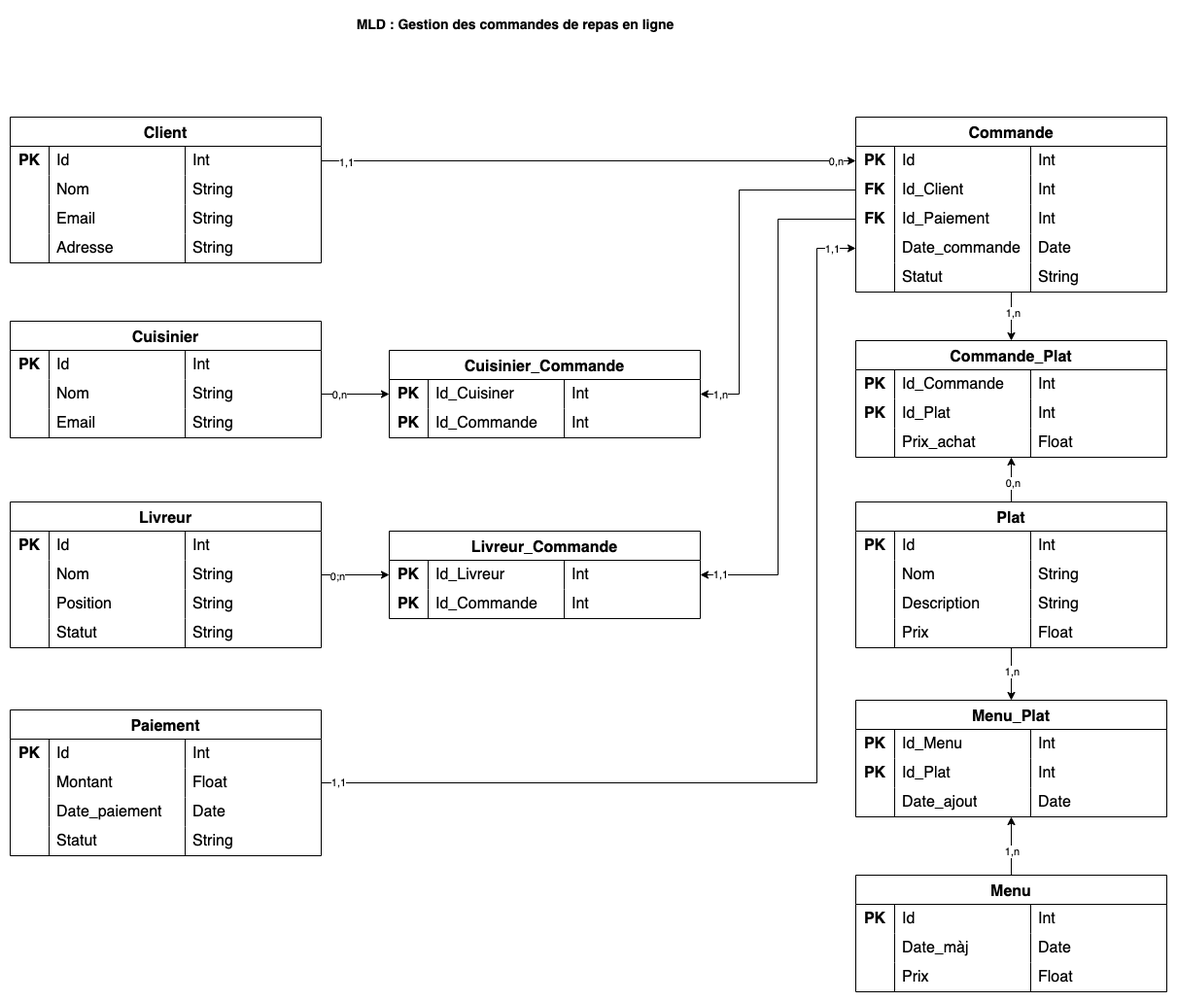
Earlier version of the draw.io export Semaine 2 - Merise - Agile/01 - Merise/images/03-example.png (nicolasvauchenet/cours_methodologie). Source tidied: cells renumbered, new cells last; positions are measured from the earlier drawing's top-left corner, leaving out a move shared by most shapes.
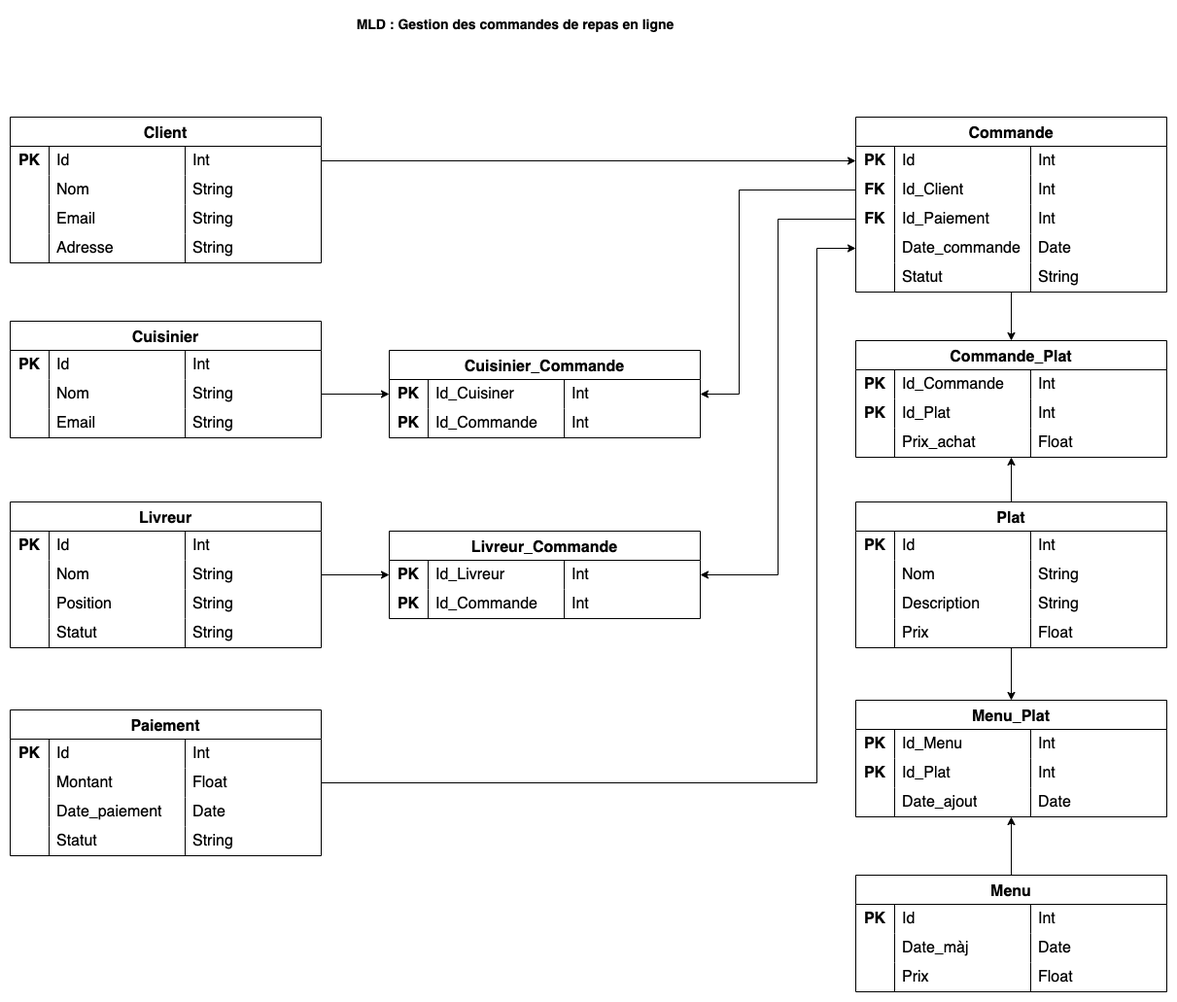
Later version of the same file.

Diff of the diagram source:
```diff
@@ -446,20 +446,9 @@
     <mxCell id="149" style="edgeStyle=orthogonalEdgeStyle;rounded=0;jettySize=auto;html=1;entryX=0;entryY=0.5;entryDx=0;entryDy=0;" parent="1" edge="1" source="4" target="21">
       <mxGeometry relative="1" as="geometry" />
     </mxCell>
-    <mxCell id="150" value="0,n" style="edgeLabel;html=1;align=center;verticalAlign=middle;" parent="149" vertex="1">
-      <mxGeometry x="0.83" relative="1" as="geometry">
-        <mxPoint x="26" as="offset" />
-      </mxGeometry>
-    </mxCell>
-    <mxCell id="151" value="1,1" style="edgeLabel;html=1;align=center;verticalAlign=middle;" parent="149" vertex="1">
-      <mxGeometry x="-0.91" y="-1" relative="1" as="geometry" />
-    </mxCell>
     <mxCell id="152" style="edgeStyle=orthogonalEdgeStyle;rounded=0;jettySize=auto;html=1;entryX=0;entryY=0.5;entryDx=0;entryDy=0;" parent="1" edge="1" source="76" target="119">
       <mxGeometry relative="1" as="geometry" />
     </mxCell>
-    <mxCell id="153" value="0,n" style="edgeLabel;html=1;align=center;verticalAlign=middle;" parent="152" vertex="1">
-      <mxGeometry x="-0.48" relative="1" as="geometry" />
-    </mxCell>
     <mxCell id="154" style="edgeStyle=orthogonalEdgeStyle;rounded=0;jettySize=auto;html=1;startArrow=classic;startFill=1;endArrow=none;endFill=0;" parent="1" edge="1" source="119" target="25">
       <mxGeometry relative="1" as="geometry">
         <Array as="points">
@@ -468,11 +457,6 @@
         </Array>
       </mxGeometry>
     </mxCell>
-    <mxCell id="155" value="1,n" style="edgeLabel;html=1;align=center;verticalAlign=middle;" parent="154" vertex="1">
-      <mxGeometry x="0.84" relative="1" as="geometry">
-        <mxPoint x="-110" y="210" as="offset" />
-      </mxGeometry>
-    </mxCell>
     <mxCell id="156" style="edgeStyle=orthogonalEdgeStyle;rounded=0;jettySize=auto;html=1;entryX=0;entryY=0.5;entryDx=0;entryDy=0;startArrow=classic;startFill=1;endArrow=none;endFill=0;" parent="1" edge="1" source="128" target="29">
       <mxGeometry relative="1" as="geometry">
         <Array as="points">
@@ -481,11 +465,6 @@
         </Array>
       </mxGeometry>
     </mxCell>
-    <mxCell id="157" value="1,1" style="edgeLabel;html=1;align=center;verticalAlign=middle;" parent="156" vertex="1">
-      <mxGeometry x="0.87" relative="1" as="geometry">
-        <mxPoint x="-106" y="365" as="offset" />
-      </mxGeometry>
-    </mxCell>
     <mxCell id="158" style="edgeStyle=orthogonalEdgeStyle;rounded=0;jettySize=auto;html=1;entryX=0;entryY=0.5;entryDx=0;entryDy=0;startArrow=none;startFill=0;endArrow=classic;endFill=1;" parent="1" edge="1" source="106" target="33">
       <mxGeometry relative="1" as="geometry">
         <Array as="points">
@@ -494,32 +473,15 @@
         </Array>
       </mxGeometry>
     </mxCell>
-    <mxCell id="159" value="1,1" style="edgeLabel;html=1;align=center;verticalAlign=middle;" parent="158" vertex="1">
-      <mxGeometry x="0.95" relative="1" as="geometry" />
-    </mxCell>
-    <mxCell id="160" value="1,1" style="edgeLabel;html=1;align=center;verticalAlign=middle;" parent="158" vertex="1">
-      <mxGeometry x="-0.97" y="1" relative="1" as="geometry" />
-    </mxCell>
     <mxCell id="161" style="edgeStyle=orthogonalEdgeStyle;rounded=0;jettySize=auto;html=1;entryX=0.5;entryY=1;entryDx=0;entryDy=0;entryPerimeter=0;startArrow=classic;startFill=1;endArrow=none;endFill=0;" parent="1" edge="1" source="136" target="37">
       <mxGeometry relative="1" as="geometry" />
     </mxCell>
-    <mxCell id="162" value="1,n" style="edgeLabel;html=1;align=center;verticalAlign=middle;" parent="161" vertex="1">
-      <mxGeometry x="0.18" y="-1" relative="1" as="geometry" />
-    </mxCell>
     <mxCell id="163" style="edgeStyle=orthogonalEdgeStyle;rounded=0;jettySize=auto;html=1;entryX=0.5;entryY=1;entryDx=0;entryDy=0;entryPerimeter=0;" parent="1" edge="1" source="41" target="145">
       <mxGeometry relative="1" as="geometry" />
     </mxCell>
-    <mxCell id="164" value="0,n" style="edgeLabel;html=1;align=center;verticalAlign=middle;" parent="163" vertex="1">
-      <mxGeometry x="-0.13" y="-1" relative="1" as="geometry" />
-    </mxCell>
     <mxCell id="165" style="edgeStyle=orthogonalEdgeStyle;rounded=0;jettySize=auto;html=1;entryX=0.5;entryY=1;entryDx=0;entryDy=0;startArrow=classic;startFill=1;endArrow=none;endFill=0;" parent="1" edge="1" source="167" target="41">
       <mxGeometry relative="1" as="geometry" />
     </mxCell>
-    <mxCell id="166" value="1,n" style="edgeLabel;html=1;align=center;verticalAlign=middle;" parent="165" vertex="1">
-      <mxGeometry x="0.07" relative="1" as="geometry">
-        <mxPoint y="-1" as="offset" />
-      </mxGeometry>
-    </mxCell>
     <mxCell id="167" value="Menu_Plat" style="shape=table;startSize=30;rowLines=0;fontStyle=1;strokeColor=default;fontSize=16;" parent="1" vertex="1">
       <mxGeometry x="870" y="710" width="320" height="120" as="geometry" />
     </mxCell>
@@ -562,16 +524,8 @@
     <mxCell id="180" style="edgeStyle=orthogonalEdgeStyle;rounded=0;jettySize=auto;html=1;entryX=0.5;entryY=1;entryDx=0;entryDy=0;entryPerimeter=0;" parent="1" edge="1" source="58" target="176">
       <mxGeometry relative="1" as="geometry" />
     </mxCell>
-    <mxCell id="181" value="1,n" style="edgeLabel;html=1;align=center;verticalAlign=middle;" parent="180" vertex="1">
-      <mxGeometry x="-0.12" relative="1" as="geometry">
-        <mxPoint y="1" as="offset" />
-      </mxGeometry>
-    </mxCell>
     <mxCell id="182" style="edgeStyle=orthogonalEdgeStyle;rounded=0;jettySize=auto;html=1;entryX=0;entryY=0.5;entryDx=0;entryDy=0;" parent="1" edge="1" source="89" target="128">
       <mxGeometry relative="1" as="geometry" />
     </mxCell>
-    <mxCell id="183" value="0;n" style="edgeLabel;html=1;align=center;verticalAlign=middle;" parent="182" vertex="1">
-      <mxGeometry x="-0.55" y="-1" relative="1" as="geometry" />
-    </mxCell>
   </root>
 </mxGraphModel>
```
